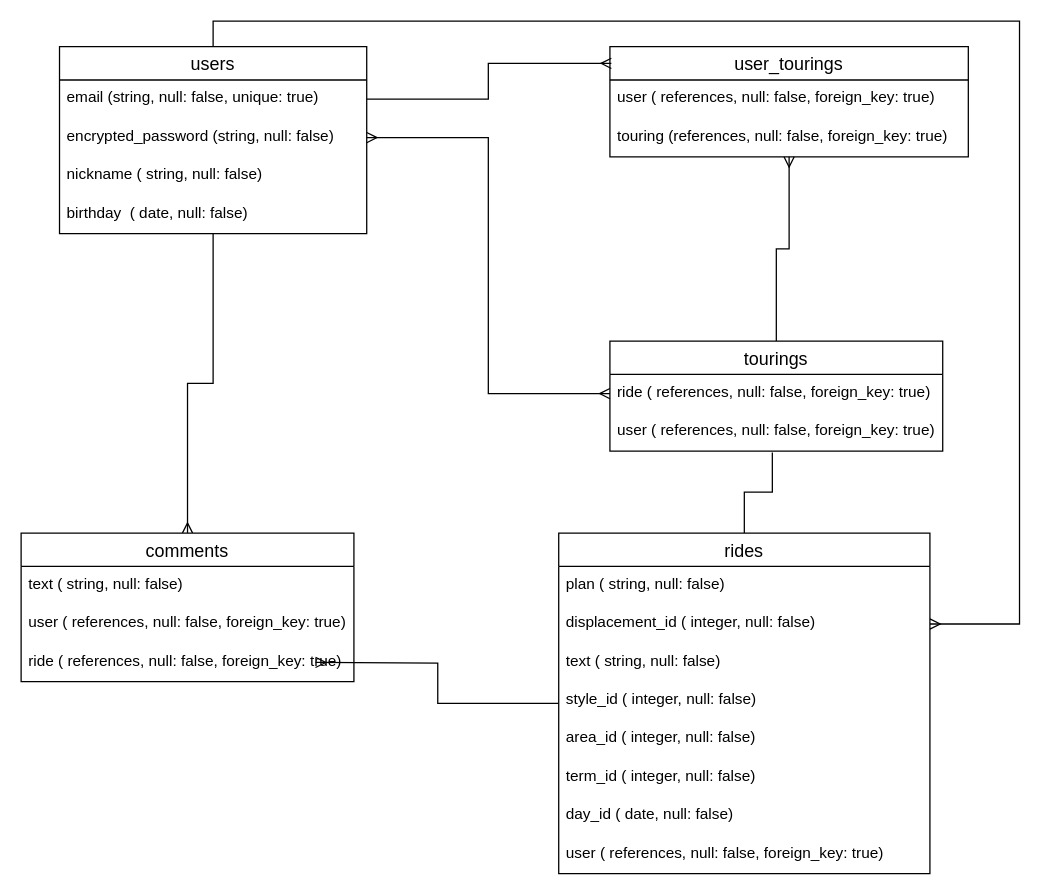
Before: tourist.dio in yamaryo0250/tourist, a draw.io diagram. Source tidied: cells renumbered, new cells numbered last; positions are measured from the earlier drawing's top-left corner, leaving out a move shared by most shapes. Both pictures are drawn from the tidied source at 128%, with x=0, y=0 at pixel (20, 20).
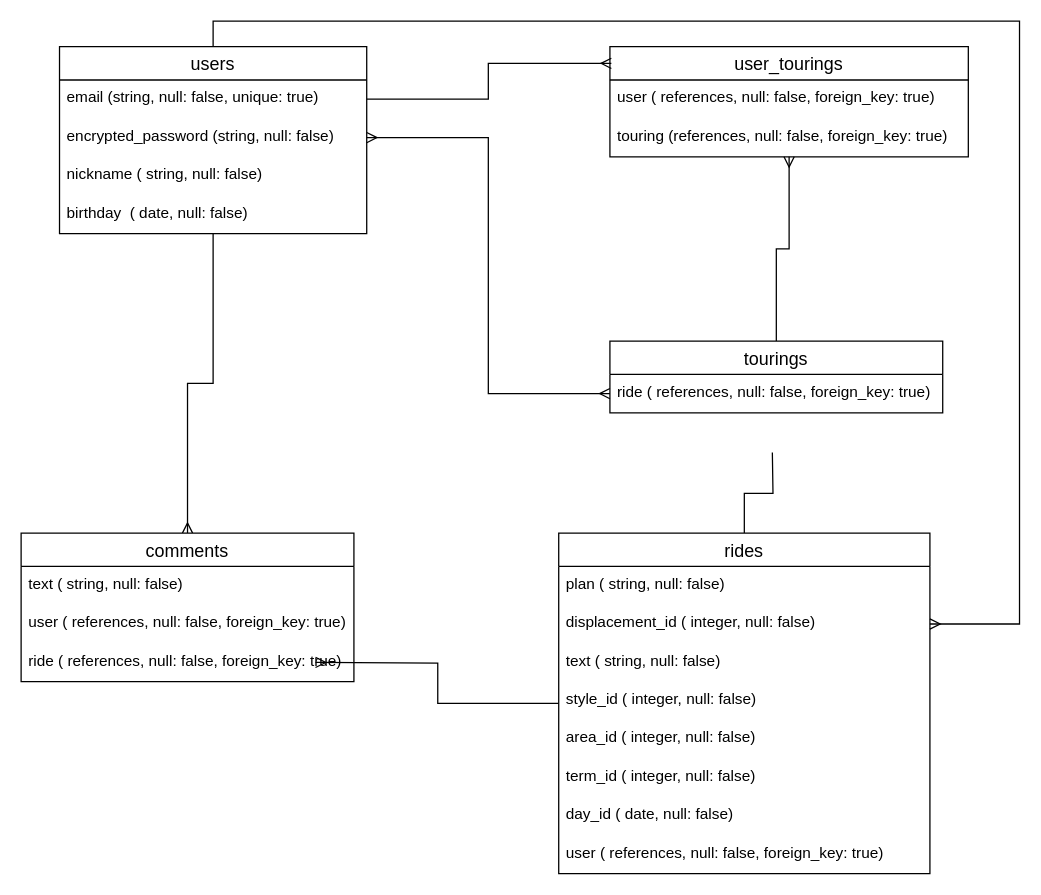
After the change.

Unchanged cells that the change refers to:
```xml
<mxCell id="11" value="rides" style="swimlane;fontStyle=0;horizontal=1;startSize=26;align=center;fontSize=14;" parent="1" vertex="1">
  <mxGeometry x="420" y="400" width="290" height="266" as="geometry" />
</mxCell>
```

The edit, as a diff of the source:
```diff
@@
-    <mxCell id="10" style="edgeStyle=orthogonalEdgeStyle;rounded=0;jettySize=auto;html=1;exitX=0.5;exitY=0;exitDx=0;exitDy=0;entryX=0.488;entryY=1.033;entryDx=0;entryDy=0;entryPerimeter=0;startArrow=none;startFill=0;endArrow=none;endFill=0;" parent="1" edge="1" source="11" target="27">
-      <mxGeometry relative="1" as="geometry" />
+    <mxCell id="10" style="edgeStyle=orthogonalEdgeStyle;rounded=0;jettySize=auto;html=1;exitX=0.5;exitY=0;exitDx=0;exitDy=0;entryX=0.488;entryY=1.033;entryDx=0;entryDy=0;entryPerimeter=0;startArrow=none;startFill=0;endArrow=none;endFill=0;" parent="1" edge="1" source="11">
+      <mxGeometry relative="1" as="geometry">
+        <mxPoint x="586.9" y="337" as="targetPoint" />
+      </mxGeometry>
     </mxCell>
@@
     <mxCell id="25" value="tourings" style="swimlane;fontStyle=0;horizontal=1;startSize=26;align=center;fontSize=14;" parent="1" vertex="1">
-      <mxGeometry x="460" y="250" width="260" height="86" as="geometry" />
+      <mxGeometry x="460" y="250" width="260" height="56" as="geometry" />
     </mxCell>
@@
-    <mxCell id="27" value="user ( references, null: false, foreign_key: true)" style="text;strokeColor=none;fillColor=none;spacingLeft=4;spacingRight=4;overflow=hidden;points=[[0,0.5],[1,0.5]];portConstraint=eastwest;fontSize=12;" parent="25" vertex="1">
-      <mxGeometry y="56" width="260" height="30" as="geometry" />
-    </mxCell>
```
